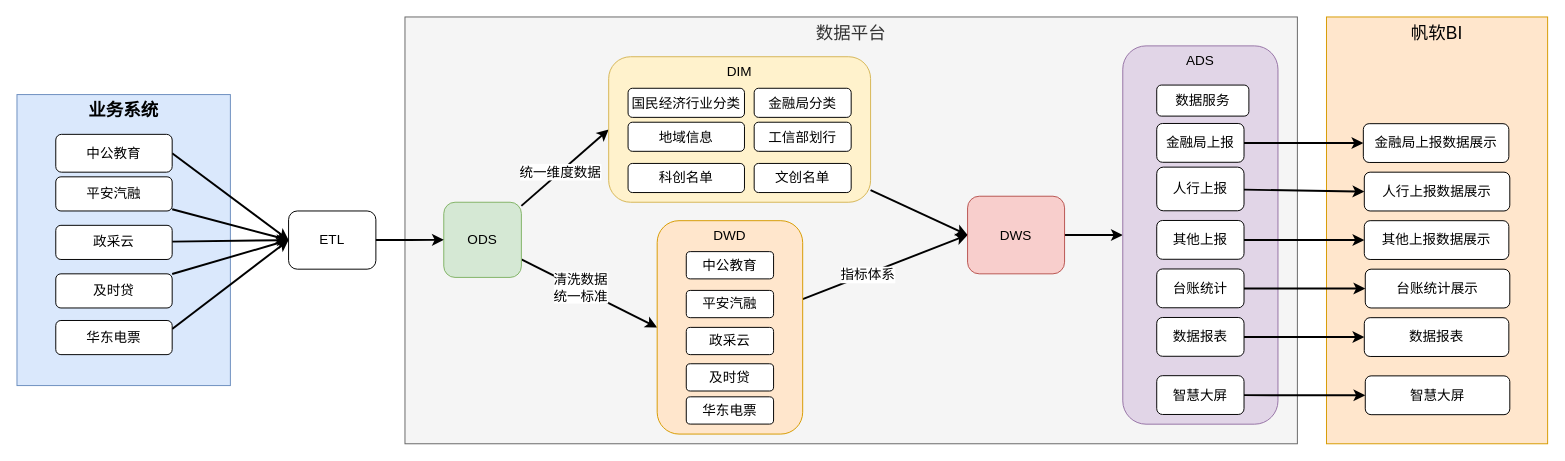
The draw.io diagram page "数据治理" (14 of 23) of work.drawio in starzy1990/diagrams, before the edit. Source tidied: cells renumbered, new cells numbered last; positions are measured from the earlier drawing's top-left corner, leaving out a move shared by most shapes. Both pictures are drawn from the tidied source at 97%, with x=0, y=0 at pixel (16, 16).
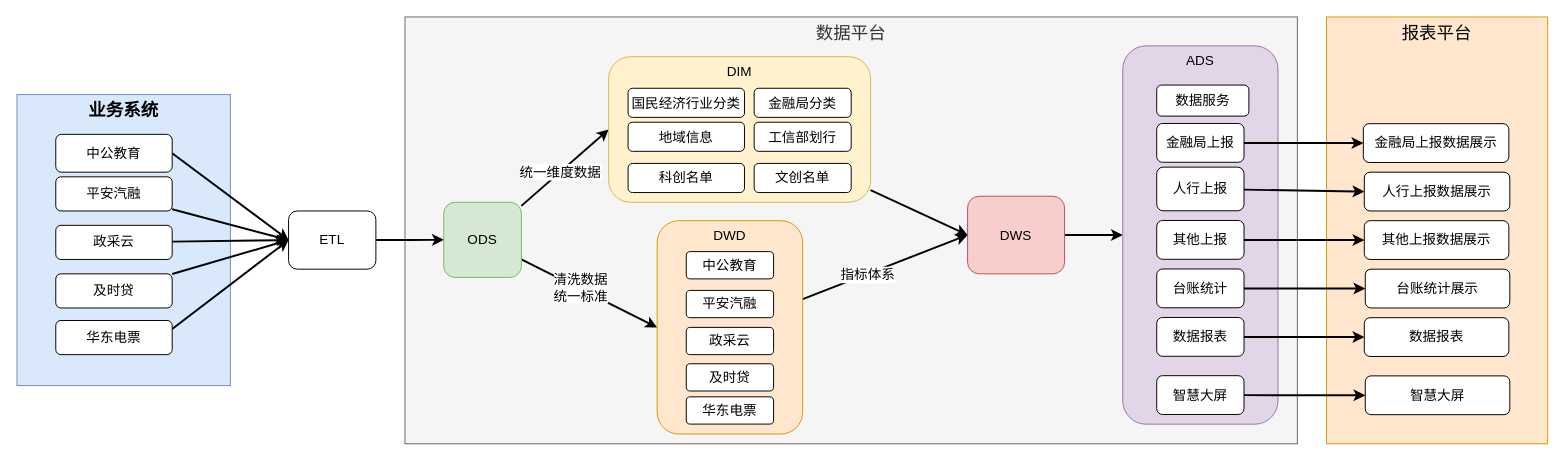
After the change.

What changed in the source:
```diff
@@
-    <mxCell id="35" value="帆软BI" style="rounded=0;whiteSpace=wrap;html=1;fontSize=18;verticalAlign=top;fillColor=#ffe6cc;strokeColor=#d79b00;" parent="1" vertex="1">
+    <mxCell id="35" value="报表平台" style="rounded=0;whiteSpace=wrap;html=1;fontSize=18;verticalAlign=top;fillColor=#ffe6cc;strokeColor=#d79b00;" parent="1" vertex="1">
       <mxGeometry x="1350" width="228" height="440" as="geometry" />
     </mxCell>
```
